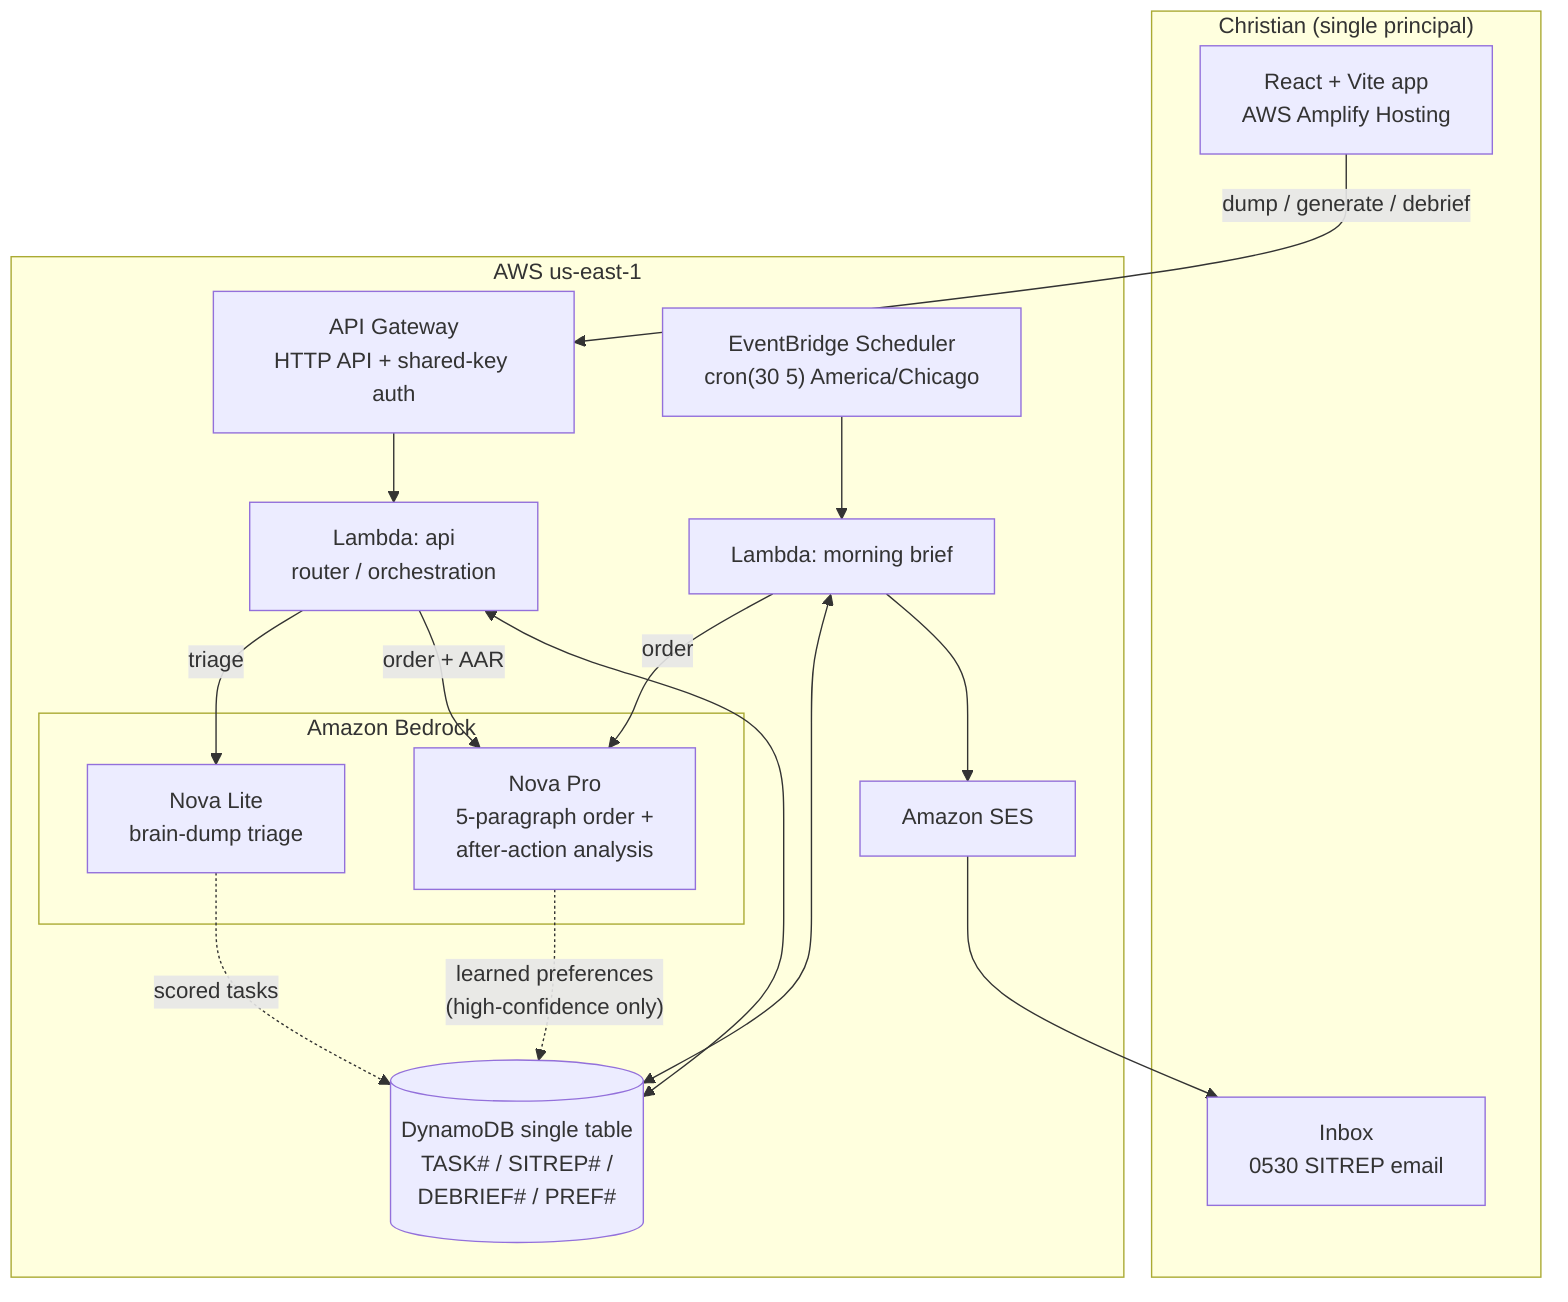
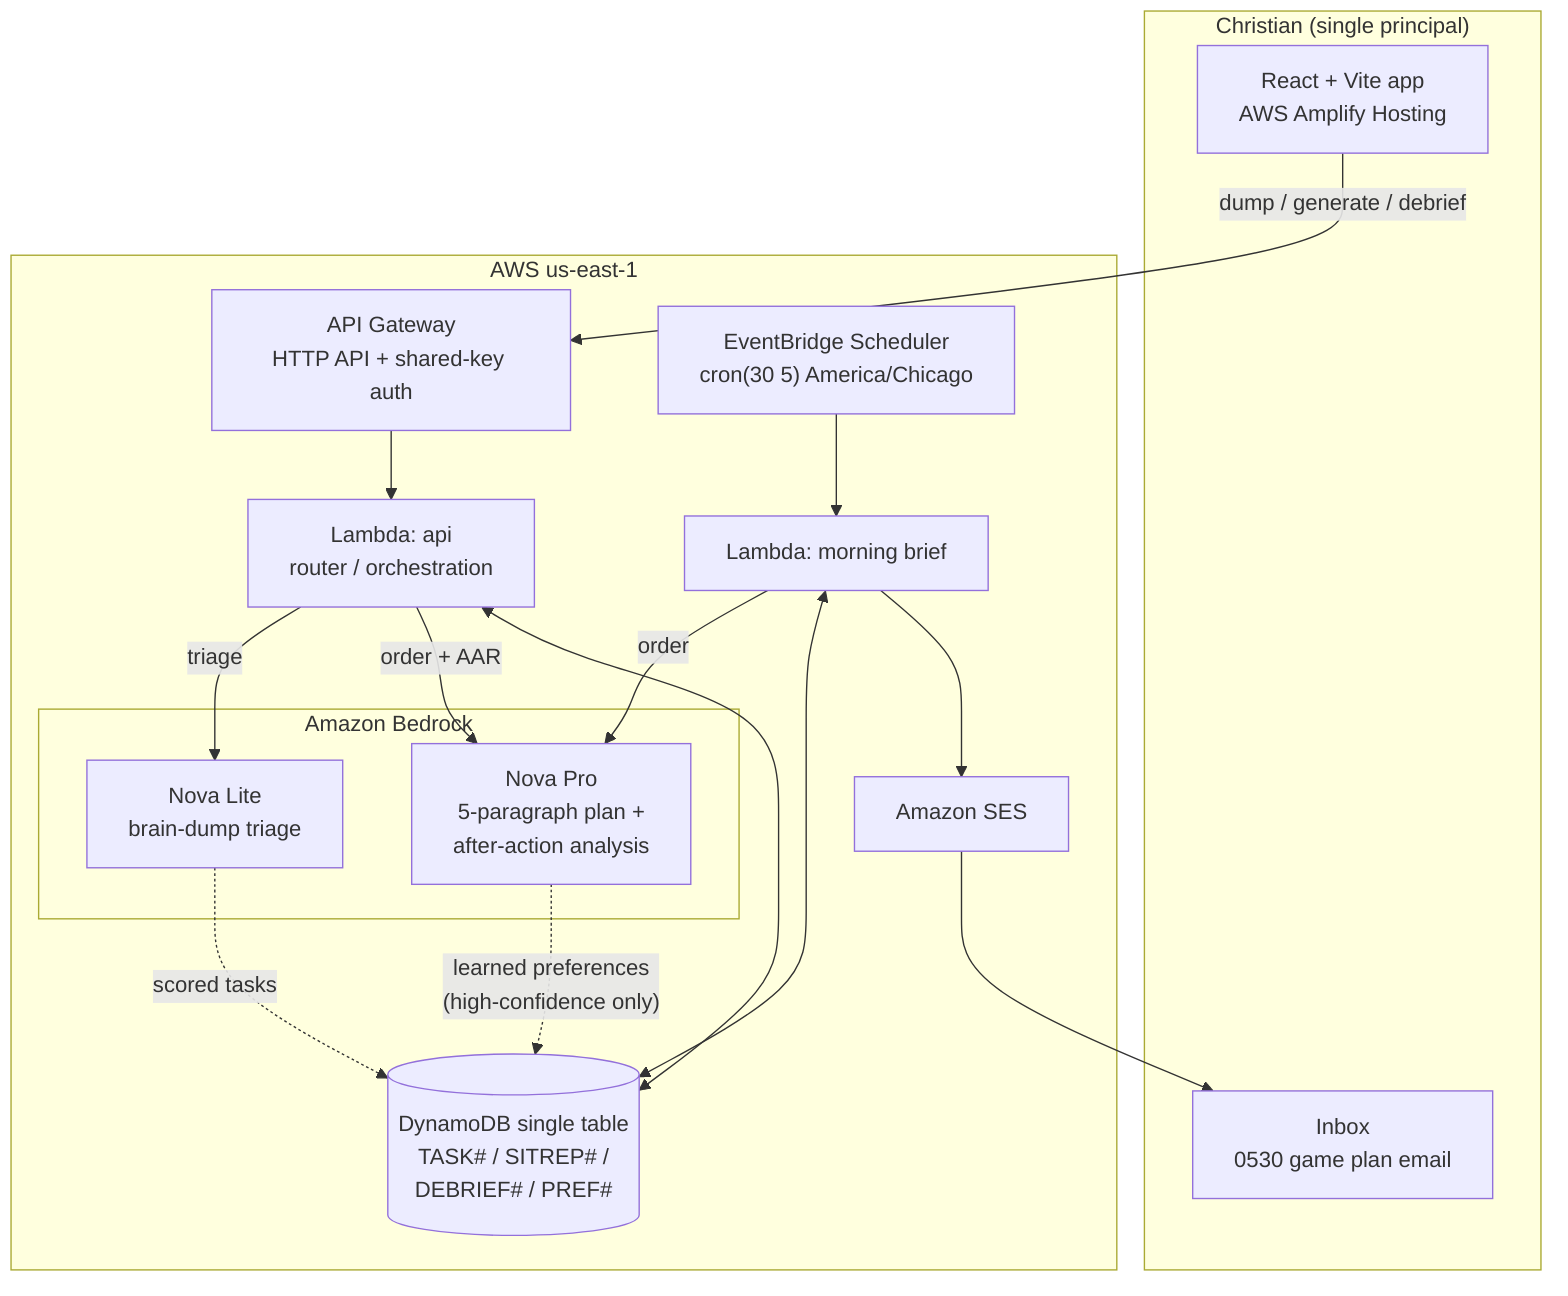
%% Render: https://mermaid.live → export PNG at 2x for the article
flowchart TB
    subgraph User["Christian (single principal)"]
        UI["React + Vite app<br/>AWS Amplify Hosting"]
-         EMAIL["Inbox<br/>0530 SITREP email"]
+         EMAIL["Inbox<br/>0530 game plan email"]
    end

    subgraph AWS["AWS us-east-1"]
        APIGW["API Gateway<br/>HTTP API + shared-key auth"]
        API["Lambda: api<br/>router / orchestration"]
        SCHED["EventBridge Scheduler<br/>cron(30 5) America/Chicago"]
        CRON["Lambda: morning brief"]
        subgraph Bedrock["Amazon Bedrock"]
            LITE["Nova Lite<br/>brain-dump triage"]
-             PRO["Nova Pro<br/>5-paragraph order +<br/>after-action analysis"]
+             PRO["Nova Pro<br/>5-paragraph plan +<br/>after-action analysis"]
        end
        DDB[("DynamoDB single table<br/>TASK# / SITREP# /<br/>DEBRIEF# / PREF#")]
        SES["Amazon SES"]
    end

    UI -->|"dump / generate / debrief"| APIGW --> API
    API -->|triage| LITE
    API -->|order + AAR| PRO
    API <--> DDB
    SCHED --> CRON
    CRON -->|order| PRO
    CRON <--> DDB
    CRON --> SES --> EMAIL

    LITE -.->|"scored tasks"| DDB
    PRO -.->|"learned preferences<br/>(high-confidence only)"| DDB
